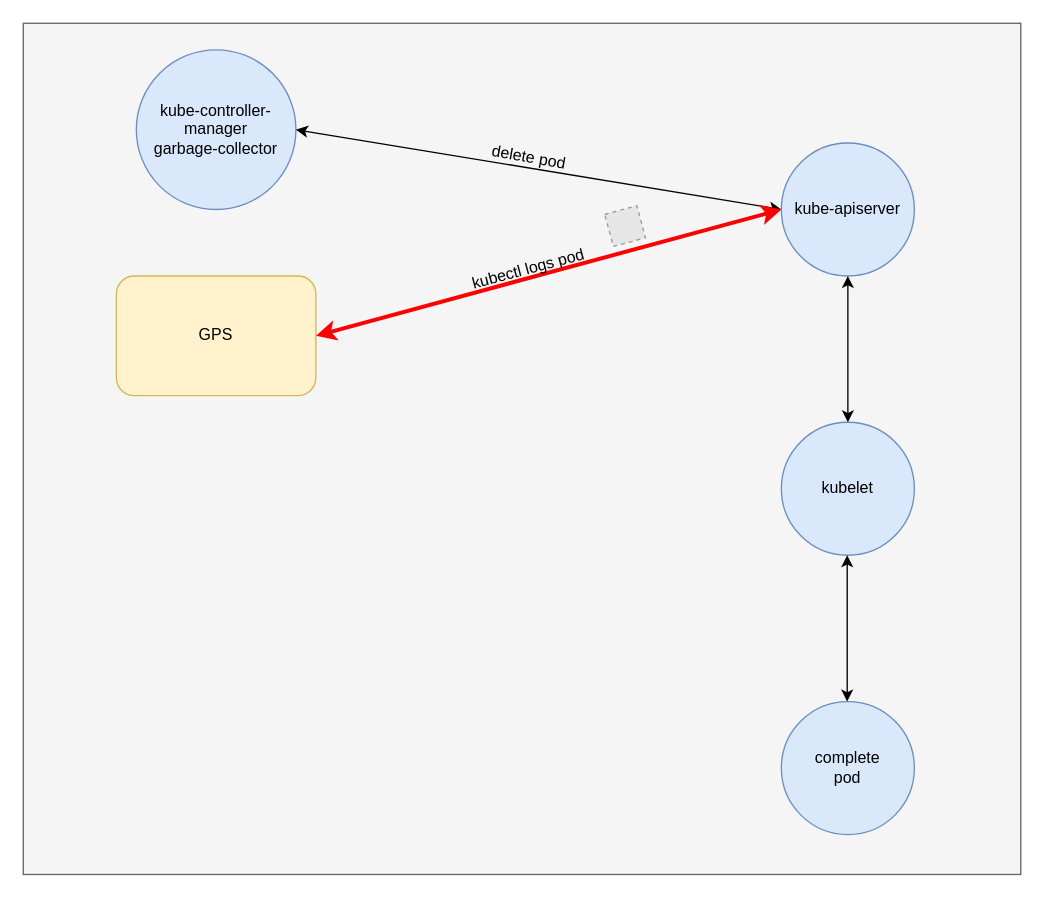
The draw.io diagram complete-pod-deletion-gc.drawio in YanshanSong/draw.io, before the edit. Source tidied: cells renumbered, new cells numbered last; positions are measured from the earlier drawing's top-left corner, leaving out a move shared by most shapes. Both pictures are drawn from the tidied source at 133%, with x=0, y=0 at pixel (23, 23). Pictures stored in the file or linked from it are replaced by grey dashed boxes.
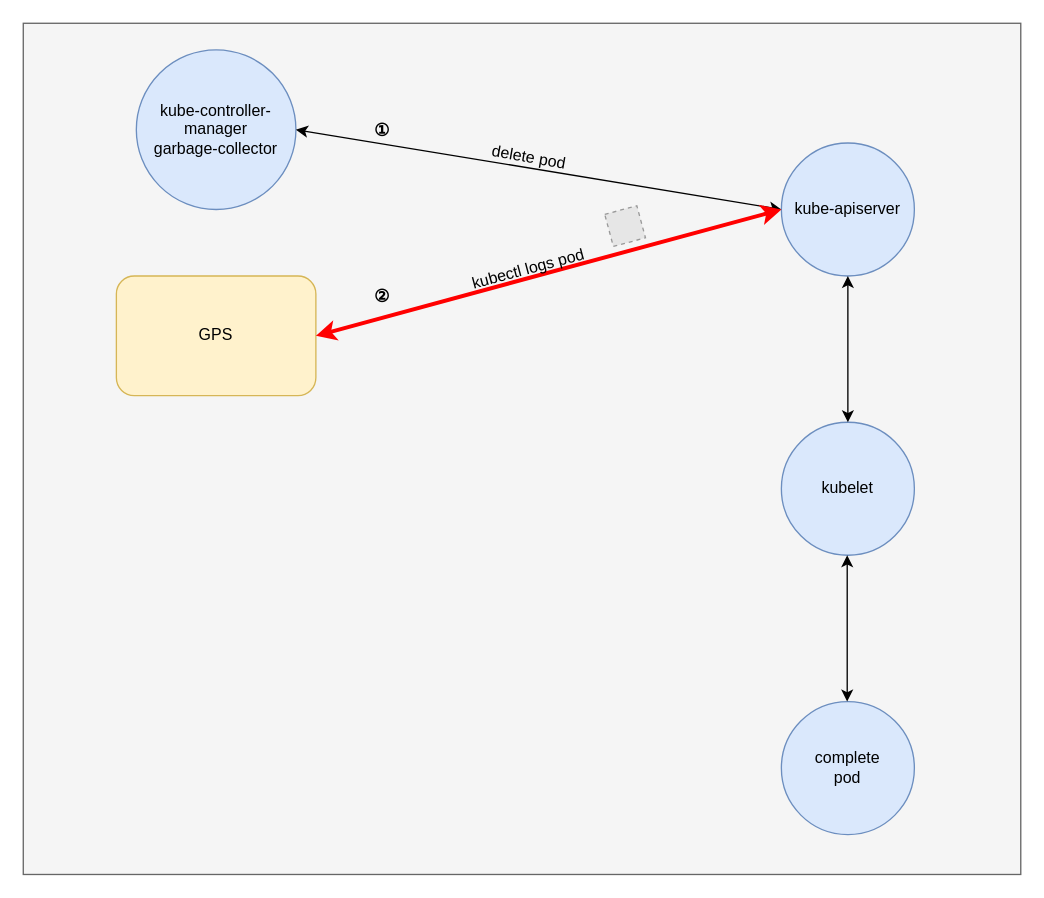
Above is the later version.

Unchanged cells that the change refers to:
```xml
<mxCell id="2" style="group;" parent="1" vertex="1">
  <mxGeometry width="750" height="640" as="geometry" />
</mxCell>
```

Change to the diagram source:
```diff
@@
+    <mxCell id="18" value="&lt;font style=&quot;font-size: 13px;&quot;&gt;①&lt;/font&gt;" style="text;html=1;strokeColor=none;fillColor=none;align=center;verticalAlign=middle;whiteSpace=wrap;rounded=0;fontSize=13;fontStyle=1;" parent="2" vertex="1">
+      <mxGeometry x="240" y="65" width="60" height="30" as="geometry" />
+    </mxCell>
+    <mxCell id="19" value="②" style="text;html=1;strokeColor=none;fillColor=none;align=center;verticalAlign=middle;whiteSpace=wrap;rounded=0;fontSize=13;fontStyle=1;" parent="2" vertex="1">
+      <mxGeometry x="240" y="190" width="60" height="30" as="geometry" />
+    </mxCell>
```
